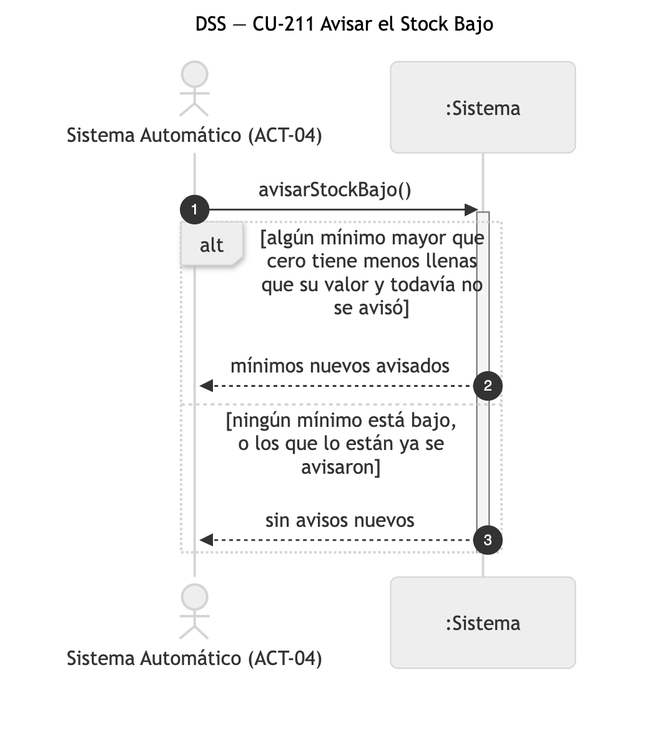
Above: diagramas/png/DSS_CU-211_Avisar-el-Stock-Bajo.png in Nahuelito-Dev/splg-docs (Mermaid), before the change. Its source is kept beside it as diagramas/DSS_CU-211_Avisar-el-Stock-Bajo.mmd.
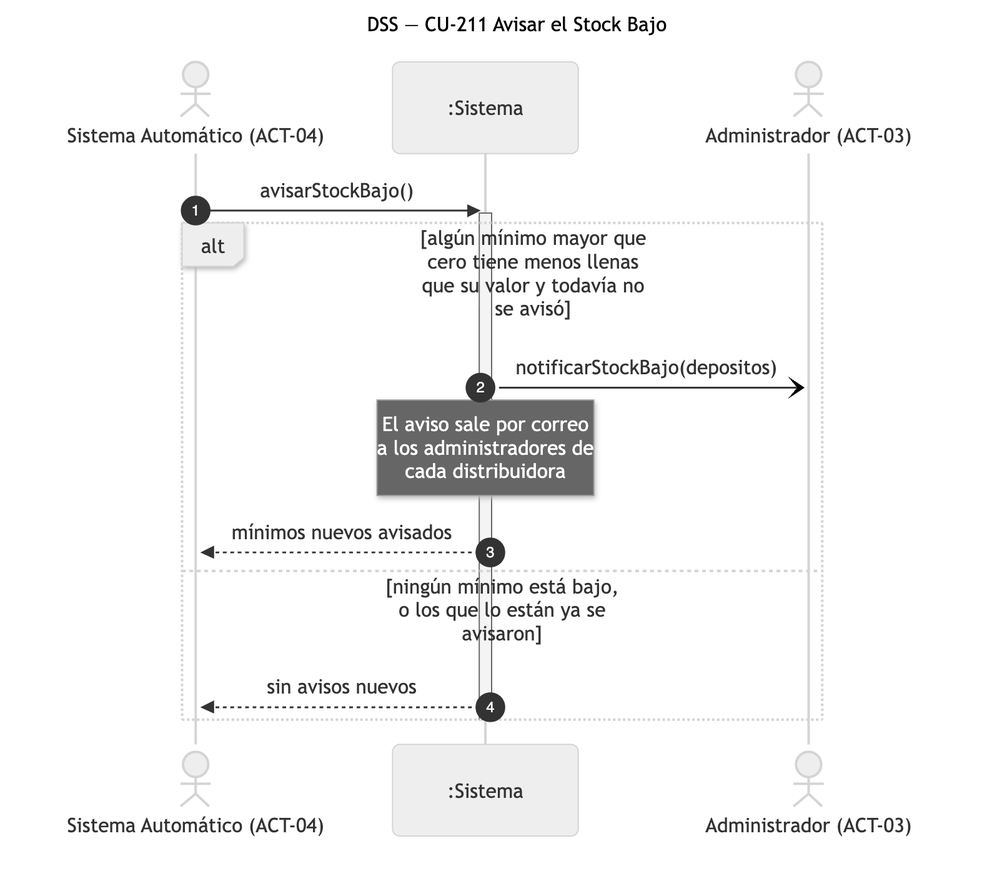
The same file after the commit.

Diff of the diagram source:
```diff
@@ -3,10 +3,13 @@
     autonumber
     actor SAU as Sistema Automático (ACT-04)
     participant SIS as :Sistema
+    actor ADM as Administrador (ACT-03)
 
     SAU->>SIS: avisarStockBajo()
     activate SIS
     alt algún mínimo mayor que cero tiene menos llenas que su valor y todavía no se avisó
+        SIS-)ADM: notificarStockBajo(depositos)
+        Note over SIS: El aviso sale por correo<br/>a los administradores de<br/>cada distribuidora
         SIS-->>SAU: mínimos nuevos avisados
     else ningún mínimo está bajo, o los que lo están ya se avisaron
         SIS-->>SAU: sin avisos nuevos
```
